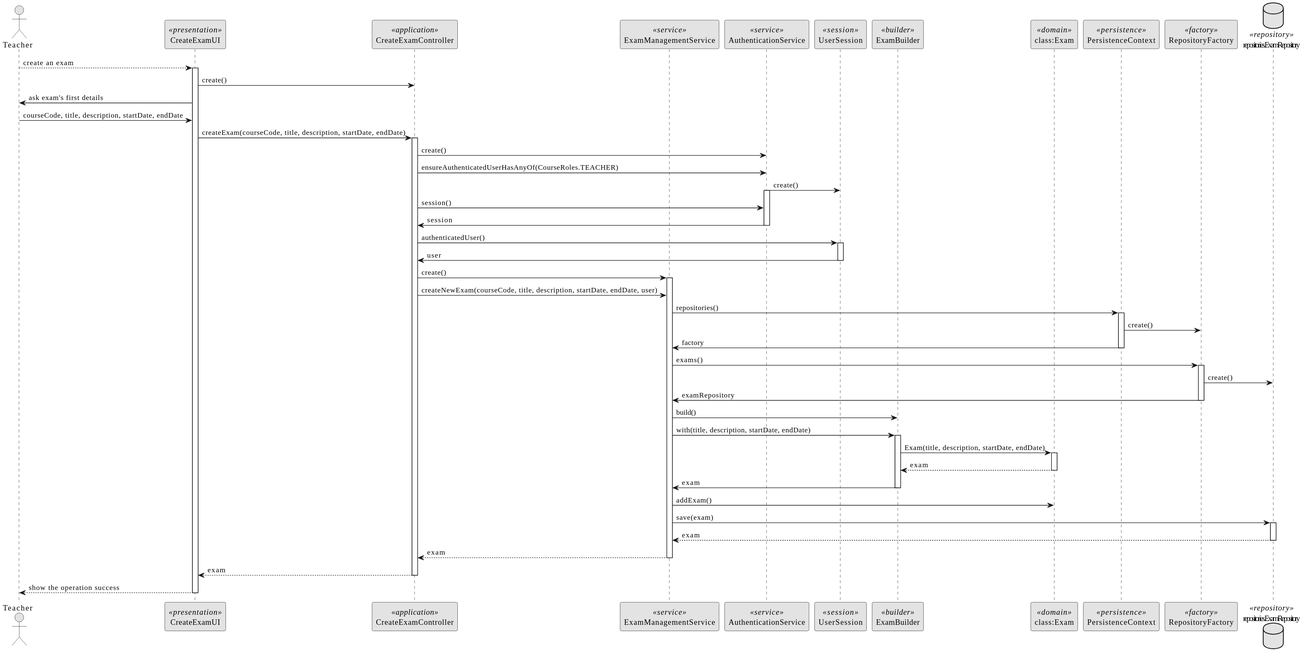
Above: docs/SPRINT B/US_2001/SD/CreateExam-SD.svg in brunacosta03/sem4pi_22_23 (PlantUML), before the change. Source of this version:
```plantuml
@startuml
skinparam monochrome true
skinparam packageStyle rect
skinparam defaultFontName FG Virgil
skinparam shadowing false

actor Teacher as Actor
participant CreateExamUI as UI <<presentation>>
participant CreateExamController as Controller <<application>>
participant ExamManagementService as Service <<service>>
participant AuthenticationService as Autzh <<service>>
participant UserSession as UserSession <<session>>
participant ExamBuilder as Builder <<builder>>
participant "class:Exam" as Exam <<domain>>
participant PersistenceContext as Context <<persistence>>
participant RepositoryFactory as Factory <<factory>>
database ExamRepository as Repository <<repository>>

Actor --> UI : create an exam

activate UI
UI -> Controller : create()
UI -> Actor : ask exam's first details
Actor -> UI : courseCode, title, description, startDate, endDate
UI -> Controller : createExam(courseCode, title, description, startDate, endDate)

activate Controller
Controller -> Autzh : create()
Controller -> Autzh : ensureAuthenticatedUserHasAnyOf(CourseRoles.TEACHER)
Autzh -> UserSession : create()

activate Autzh
Controller -> Autzh : session()
Autzh -> Controller : session
deactivate Autzh

Controller -> UserSession : authenticatedUser()
activate UserSession
UserSession -> Controller : user
deactivate UserSession

Controller -> Service : create()
activate Service
Controller -> Service : createNewExam(courseCode, title, description, startDate, endDate, user)

Service -> Context : repositories()
activate Context
Context -> Factory : create()
Context -> Service : factory
deactivate Context

Service -> Factory : exams()
activate Factory
Factory -> Repository : create()
Factory -> Service : examRepository
deactivate Repository
deactivate Factory

Service -> Builder : build()
Service -> Builder : with(title, description, startDate, endDate)

activate Builder
Builder -> Exam : Exam(title, description, startDate, endDate)
activate Exam
Exam --> Builder : exam
deactivate Exam
Builder -> Service : exam
deactivate Builder

Service -> Exam : addExam()
Service -> Repository : save(exam)

activate Repository
Repository --> Service : exam
deactivate Repository

Service --> Controller : exam
deactivate Service

Controller --> UI : exam
deactivate Controller

UI --> Actor : show the operation success

deactivate UI
@enduml
```
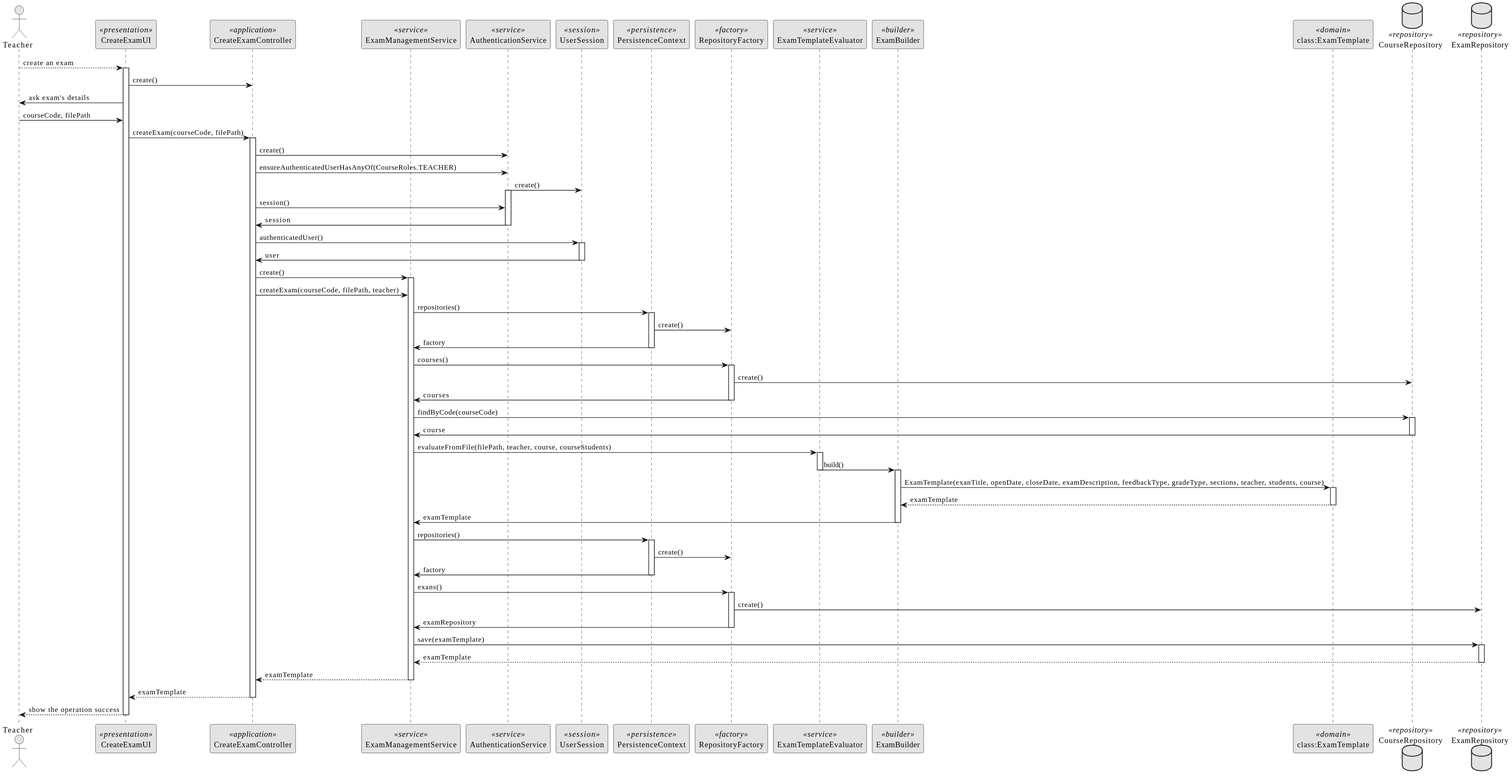
Later version of the same file.

Change to the diagram source:
```diff
@@ -10,19 +10,21 @@
 participant ExamManagementService as Service <<service>>
 participant AuthenticationService as Autzh <<service>>
 participant UserSession as UserSession <<session>>
-participant ExamBuilder as Builder <<builder>>
-participant "class:Exam" as Exam <<domain>>
 participant PersistenceContext as Context <<persistence>>
 participant RepositoryFactory as Factory <<factory>>
+participant ExamTemplateEvaluator as Evaluator <<service>>
+participant ExamBuilder as Builder <<builder>>
+participant "class:ExamTemplate" as Exam <<domain>>
+database CourseRepository as CourseRepo <<repository>>
 database ExamRepository as Repository <<repository>>
 
 Actor --> UI : create an exam
 
 activate UI
 UI -> Controller : create()
-UI -> Actor : ask exam's first details
-Actor -> UI : courseCode, title, description, startDate, endDate
-UI -> Controller : createExam(courseCode, title, description, startDate, endDate)
+UI -> Actor : ask exam's details
+Actor -> UI : courseCode, filePath
+UI -> Controller : createExam(courseCode, filePath)
 
 activate Controller
 Controller -> Autzh : create()
@@ -41,7 +43,7 @@
 
 Controller -> Service : create()
 activate Service
-Controller -> Service : createNewExam(courseCode, title, description, startDate, endDate, user)
+Controller -> Service : createExam(courseCode, filePath, teacher)
 
 Service -> Context : repositories()
 activate Context
@@ -49,35 +51,51 @@
 Context -> Service : factory
 deactivate Context
 
-Service -> Factory : exams()
+Service -> Factory : courses()
+activate Factory
+Factory -> CourseRepo : create()
+Factory -> Service : courses
+deactivate Factory
+Service -> CourseRepo : findByCode(courseCode)
+activate CourseRepo
+CourseRepo -> Service : course
+deactivate CourseRepo
+Service -> Evaluator : evaluateFromFile(filePath, teacher, course, courseStudents)
+activate Evaluator
+Evaluator -> Builder : build()
+deactivate Evaluator
+activate Builder
+Builder -> Exam : ExamTemplate(exanTitle, openDate, closeDate, examDescription, feedbackType, gradeType, sections, teacher, students, course)
+activate Exam
+Exam --> Builder : examTemplate
+deactivate Exam
+Builder -> Service : examTemplate
+deactivate Builder
+
+Service -> Context : repositories()
+activate Context
+Context -> Factory : create()
+Context -> Service : factory
+deactivate Context
+
+Service -> Factory : exans()
 activate Factory
 Factory -> Repository : create()
 Factory -> Service : examRepository
+deactivate Factory
 deactivate Repository
 deactivate Factory
 
-Service -> Builder : build()
-Service -> Builder : with(title, description, startDate, endDate)
-
-activate Builder
-Builder -> Exam : Exam(title, description, startDate, endDate)
-activate Exam
-Exam --> Builder : exam
-deactivate Exam
-Builder -> Service : exam
-deactivate Builder
-
-Service -> Exam : addExam()
-Service -> Repository : save(exam)
+Service -> Repository : save(examTemplate)
 
 activate Repository
-Repository --> Service : exam
+Repository --> Service : examTemplate
 deactivate Repository
 
-Service --> Controller : exam
+Service --> Controller : examTemplate
 deactivate Service
 
-Controller --> UI : exam
+Controller --> UI : examTemplate
 deactivate Controller
 
 UI --> Actor : show the operation success
```
